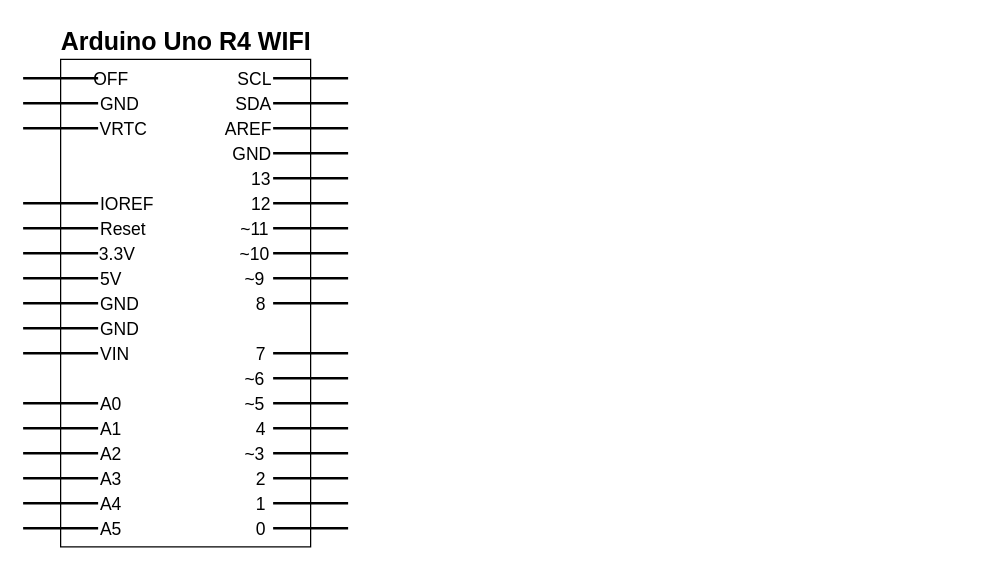
Before: HaySteamerCircuitDiagram.drawio in RoadRunner-2/HaySteamerTemperatureControl, a draw.io diagram. Source tidied: cells renumbered, new cells numbered last; positions are measured from the earlier drawing's top-left corner, leaving out a move shared by most shapes. Both pictures are drawn from the tidied source at 125%, with x=0, y=0 at pixel (22, 21).
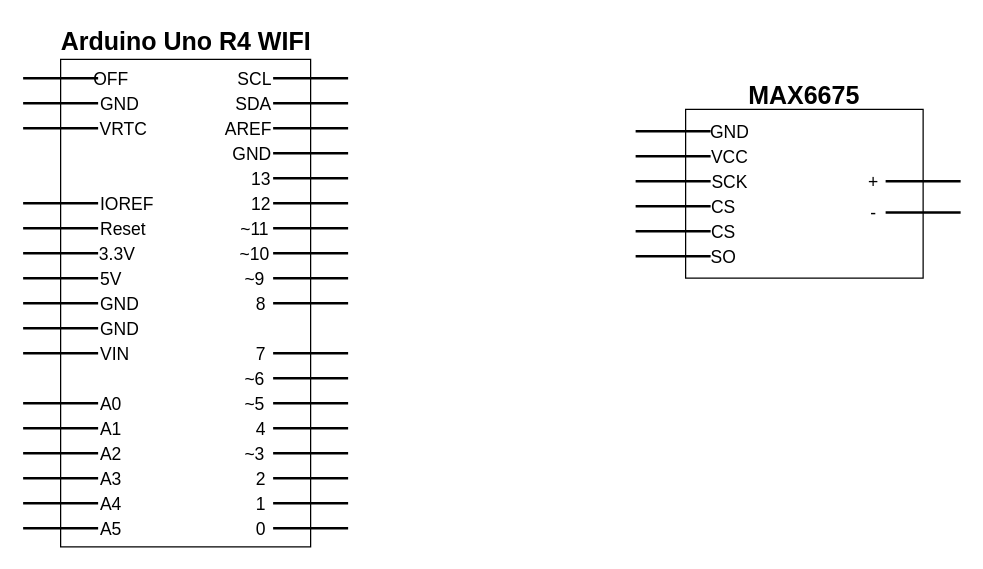
The same diagram, later.

Commit message:
configured schematic for MAX6675 temperature sensor

Change to the diagram source:
```diff
@@
+    <mxCell id="74" style="group;" parent="1" vertex="1">
+      <mxGeometry x="490" y="40" width="260" height="165" as="geometry" />
+    </mxCell>
+    <mxCell id="75" style="rounded=0;whiteSpace=wrap;html=1;" parent="74" vertex="1">
+      <mxGeometry x="40" y="30" width="190" height="135" as="geometry" />
+    </mxCell>
+    <mxCell id="76" style="line;strokeWidth=2;html=1;" parent="74" vertex="1">
+      <mxGeometry y="142.5" width="60" height="10" as="geometry" />
+    </mxCell>
+    <mxCell id="77" style="line;strokeWidth=2;html=1;" parent="74" vertex="1">
+      <mxGeometry y="102.5" width="60" height="10" as="geometry" />
+    </mxCell>
+    <mxCell id="78" style="line;strokeWidth=2;html=1;" parent="74" vertex="1">
+      <mxGeometry y="122.5" width="60" height="10" as="geometry" />
+    </mxCell>
+    <mxCell id="79" style="line;strokeWidth=2;html=1;" parent="74" vertex="1">
+      <mxGeometry y="82.5" width="60" height="10" as="geometry" />
+    </mxCell>
+    <mxCell id="80" style="line;strokeWidth=2;html=1;" parent="74" vertex="1">
+      <mxGeometry y="62.5" width="60" height="10" as="geometry" />
+    </mxCell>
+    <mxCell id="81" style="line;strokeWidth=2;html=1;" parent="74" vertex="1">
+      <mxGeometry y="42.5" width="60" height="10" as="geometry" />
+    </mxCell>
+    <mxCell id="82" value="&lt;font style=&quot;font-size: 14px; font-weight: normal;&quot;&gt;SO&lt;/font&gt;" style="text;strokeColor=none;fillColor=none;html=1;fontSize=24;fontStyle=1;verticalAlign=middle;align=center;" parent="74" vertex="1">
+      <mxGeometry x="60" y="137.5" width="20" height="15" as="geometry" />
+    </mxCell>
+    <mxCell id="83" value="&lt;font style=&quot;font-size: 14px; font-weight: normal;&quot;&gt;CS&lt;/font&gt;" style="text;strokeColor=none;fillColor=none;html=1;fontSize=24;fontStyle=1;verticalAlign=middle;align=center;" parent="74" vertex="1">
+      <mxGeometry x="60" y="117.5" width="20" height="15" as="geometry" />
+    </mxCell>
+    <mxCell id="84" value="&lt;font style=&quot;font-size: 14px; font-weight: normal;&quot;&gt;CS&lt;/font&gt;" style="text;strokeColor=none;fillColor=none;html=1;fontSize=24;fontStyle=1;verticalAlign=middle;align=center;" parent="74" vertex="1">
+      <mxGeometry x="60" y="97.5" width="20" height="15" as="geometry" />
+    </mxCell>
+    <mxCell id="85" value="&lt;span style=&quot;font-size: 14px; font-weight: 400;&quot;&gt;SCK&lt;/span&gt;" style="text;strokeColor=none;fillColor=none;html=1;fontSize=24;fontStyle=1;verticalAlign=middle;align=center;" parent="74" vertex="1">
+      <mxGeometry x="60" y="77.5" width="30" height="15" as="geometry" />
+    </mxCell>
+    <mxCell id="86" value="&lt;font style=&quot;font-size: 14px; font-weight: normal;&quot;&gt;VCC&lt;/font&gt;" style="text;strokeColor=none;fillColor=none;html=1;fontSize=24;fontStyle=1;verticalAlign=middle;align=center;" parent="74" vertex="1">
+      <mxGeometry x="60" y="57.5" width="30" height="15" as="geometry" />
+    </mxCell>
+    <mxCell id="87" value="&lt;span style=&quot;font-size: 14px; font-weight: 400;&quot;&gt;GND&lt;/span&gt;" style="text;strokeColor=none;fillColor=none;html=1;fontSize=24;fontStyle=1;verticalAlign=middle;align=center;" parent="74" vertex="1">
+      <mxGeometry x="60" y="37.5" width="30" height="15" as="geometry" />
+    </mxCell>
+    <mxCell id="88" style="line;strokeWidth=2;html=1;" parent="74" vertex="1">
+      <mxGeometry x="200" y="82.5" width="60" height="10" as="geometry" />
+    </mxCell>
+    <mxCell id="89" style="line;strokeWidth=2;html=1;" parent="74" vertex="1">
+      <mxGeometry x="200" y="107.5" width="60" height="10" as="geometry" />
+    </mxCell>
+    <mxCell id="90" value="&lt;span style=&quot;font-size: 14px; font-weight: 400;&quot;&gt;+&lt;/span&gt;" style="text;strokeColor=none;fillColor=none;html=1;fontSize=24;fontStyle=1;verticalAlign=middle;align=center;" parent="74" vertex="1">
+      <mxGeometry x="180" y="77.5" width="20" height="15" as="geometry" />
+    </mxCell>
+    <mxCell id="91" value="&lt;span style=&quot;font-size: 14px; font-weight: 400;&quot;&gt;-&lt;/span&gt;" style="text;strokeColor=none;fillColor=none;html=1;fontSize=24;fontStyle=1;verticalAlign=middle;align=center;" parent="74" vertex="1">
+      <mxGeometry x="180" y="102.5" width="20" height="15" as="geometry" />
+    </mxCell>
+    <mxCell id="92" value="&lt;div style=&quot;&quot;&gt;&lt;span style=&quot;background-color: initial; font-size: 20px; text-wrap-mode: nowrap;&quot;&gt;&lt;b&gt;MAX6675&lt;/b&gt;&lt;/span&gt;&lt;/div&gt;" style="text;whiteSpace=wrap;html=1;align=center;" parent="74" vertex="1">
+      <mxGeometry x="40" width="190" height="52.5" as="geometry" />
+    </mxCell>
```
